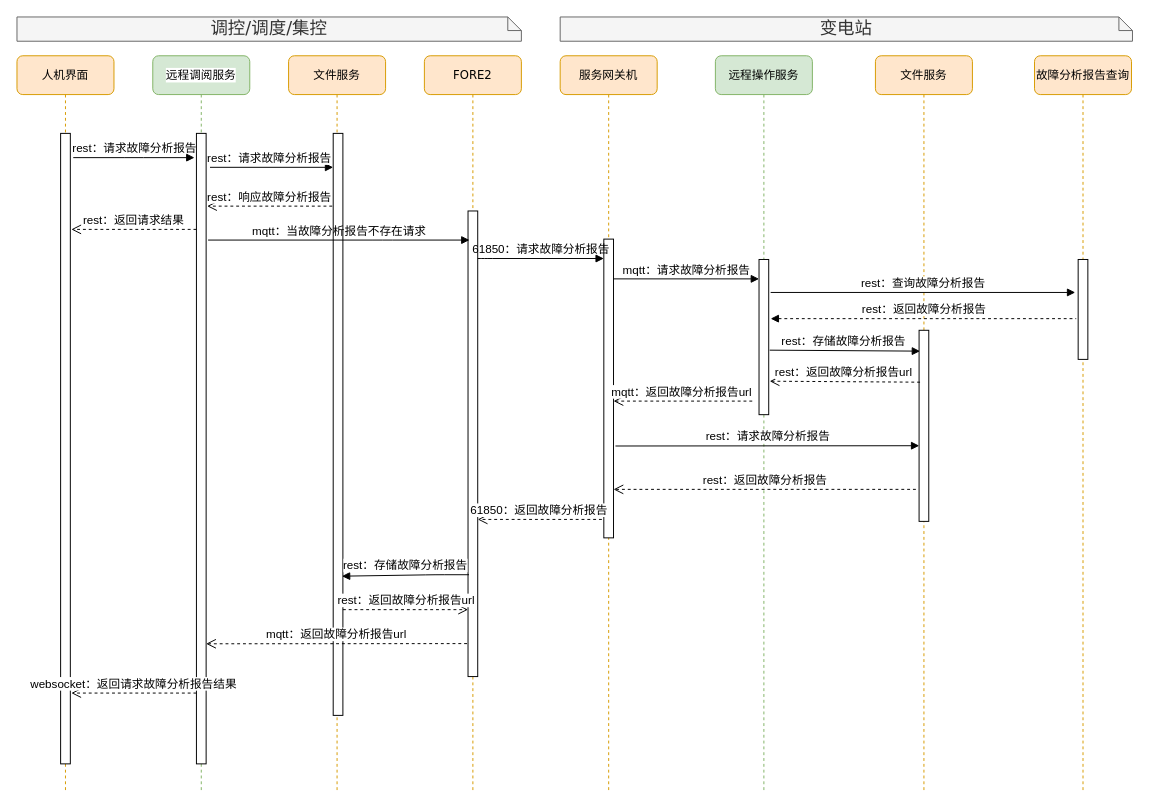
Earlier version of the draw.io diagram page "故障分析报告调阅" (4 of 4) of 远程服务.drawio (qwe995272801/taowenxiang). Source tidied: cells renumbered, new cells numbered last; positions are measured from the earlier drawing's top-left corner, leaving out a move shared by most shapes. Both pictures are drawn from the tidied source at 97%, with x=0, y=0 at pixel (16, 16).
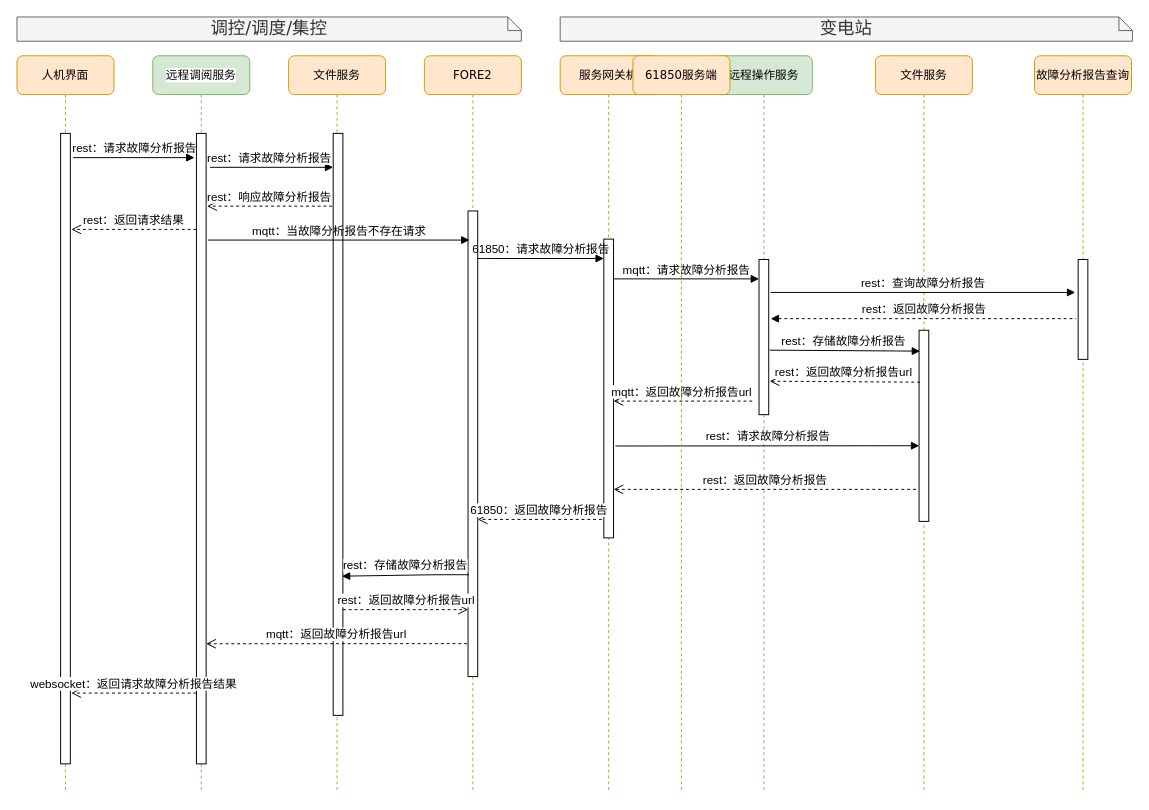
The same page after the edit.

What changed in the source:
```diff
@@
+    <mxCell id="39" value="61850服务端" style="shape=umlLifeline;perimeter=lifelinePerimeter;whiteSpace=wrap;html=1;rounded=1;shadow=0;comic=0;labelBackgroundColor=none;strokeWidth=1;fontFamily=Verdana;fontSize=12;align=center;fillColor=#ffe6cc;strokeColor=#d79b00;" parent="1" vertex="1">
+      <mxGeometry x="635" y="40" width="100" height="760" as="geometry" />
+    </mxCell>
```
